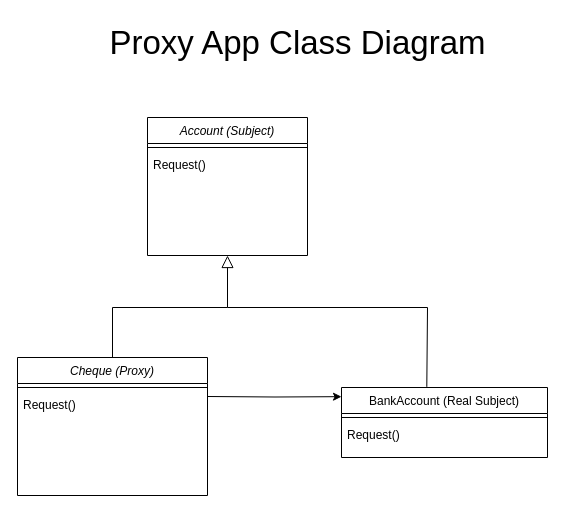
Before: ProxyAppCode/ProxyApp Code.drawio in ahmedkhursheed2006/SDA-Labs, a draw.io diagram. Source tidied: cells renumbered, new cells numbered last; positions are measured from the earlier drawing's top-left corner, leaving out a move shared by most shapes. Both pictures are drawn from the tidied source at 100%, with x=0, y=0 at pixel (17, 17).
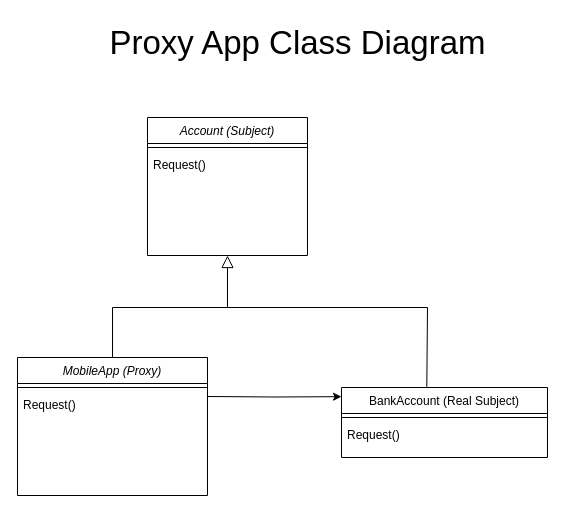
The same page after the edit.

What changed in the source:
```diff
@@
 <mxGraphModel>
   <root>
     <mxCell id="0" />
     <mxCell id="1" parent="0" />
     <mxCell id="2" value="Account (Subject)" style="swimlane;fontStyle=2;align=center;verticalAlign=top;horizontal=1;startSize=26;rounded=0;shadow=0;strokeWidth=1;" parent="1" vertex="1">
       <mxGeometry x="130" y="100" width="160" height="138" as="geometry" />
     </mxCell>
     <mxCell id="3" style="line;html=1;strokeWidth=1;align=left;verticalAlign=middle;spacingTop=-1;spacingLeft=3;spacingRight=3;labelPosition=right;" parent="2" vertex="1">
       <mxGeometry y="26" width="160" height="8" as="geometry" />
     </mxCell>
     <mxCell id="4" value="Request()" style="text;align=left;verticalAlign=top;spacingLeft=4;spacingRight=4;overflow=hidden;" parent="2" vertex="1">
       <mxGeometry y="34" width="160" height="26" as="geometry" />
     </mxCell>
-    <mxCell id="5" value="Cheque (Proxy)" style="swimlane;fontStyle=2;align=center;verticalAlign=top;horizontal=1;startSize=26;rounded=0;shadow=0;strokeWidth=1;" parent="1" vertex="1">
+    <mxCell id="5" value="MobileApp (Proxy)" style="swimlane;fontStyle=2;align=center;verticalAlign=top;horizontal=1;startSize=26;rounded=0;shadow=0;strokeWidth=1;" parent="1" vertex="1">
       <mxGeometry y="340" width="190" height="138" as="geometry" />
     </mxCell>
     <mxCell id="6" style="line;html=1;strokeWidth=1;align=left;verticalAlign=middle;spacingTop=-1;spacingLeft=3;spacingRight=3;labelPosition=right;" parent="5" vertex="1">
       <mxGeometry y="26" width="190" height="8" as="geometry" />
     </mxCell>
     <mxCell id="7" value="Request()" style="text;align=left;verticalAlign=top;spacingLeft=4;spacingRight=4;overflow=hidden;" parent="5" vertex="1">
       <mxGeometry y="34" width="190" height="26" as="geometry" />
     </mxCell>
     <mxCell id="8" style="endArrow=block;endSize=10;endFill=0;shadow=0;strokeWidth=1;rounded=0;curved=0;edgeStyle=elbowEdgeStyle;elbow=vertical;" parent="1" edge="1" source="5" target="2">
       <mxGeometry relative="1" as="geometry">
         <Array as="points">
           <mxPoint x="210" y="290" />
         </Array>
       </mxGeometry>
     </mxCell>
     <mxCell id="9" value="BankAccount (Real Subject)" style="swimlane;fontStyle=0;align=center;verticalAlign=top;horizontal=1;startSize=26;rounded=0;shadow=0;strokeWidth=1;" parent="1" vertex="1">
       <mxGeometry x="324" y="370" width="206" height="70" as="geometry" />
     </mxCell>
     <mxCell id="10" style="line;html=1;strokeWidth=1;align=left;verticalAlign=middle;spacingTop=-1;spacingLeft=3;spacingRight=3;labelPosition=right;" parent="9" vertex="1">
       <mxGeometry y="26" width="206" height="8" as="geometry" />
     </mxCell>
     <mxCell id="11" value="Request()" style="text;align=left;verticalAlign=top;spacingLeft=4;spacingRight=4;overflow=hidden;" parent="9" vertex="1">
       <mxGeometry y="34" width="206" height="26" as="geometry" />
     </mxCell>
     <mxCell id="12" style="edgeStyle=orthogonalEdgeStyle;rounded=0;jettySize=auto;html=1;exitX=1;exitY=0.5;exitDx=0;exitDy=0;entryX=0;entryY=0.131;entryDx=0;entryDy=0;entryPerimeter=0;" parent="1" edge="1" target="9">
       <mxGeometry relative="1" as="geometry">
         <mxPoint x="190" y="379" as="sourcePoint" />
       </mxGeometry>
     </mxCell>
     <mxCell id="13" style="endArrow=none;html=1;rounded=0;edgeStyle=orthogonalEdgeStyle;exitX=0.414;exitY=0;exitDx=0;exitDy=0;exitPerimeter=0;" parent="1" edge="1" source="9">
       <mxGeometry relative="1" as="geometry">
         <mxPoint x="210" y="290" as="targetPoint" />
         <Array as="points">
           <mxPoint x="409" y="369" />
           <mxPoint x="410" y="369" />
           <mxPoint x="410" y="290" />
         </Array>
       </mxGeometry>
     </mxCell>
     <mxCell id="14" value="&lt;font style=&quot;font-size: 33px;&quot;&gt;Proxy App Class Diagram&lt;/font&gt;" style="text;html=1;align=center;verticalAlign=middle;strokeColor=none;fillColor=none;" parent="1" vertex="1">
       <mxGeometry x="80" width="400" height="50" as="geometry" />
     </mxCell>
   </root>
 </mxGraphModel>
```
